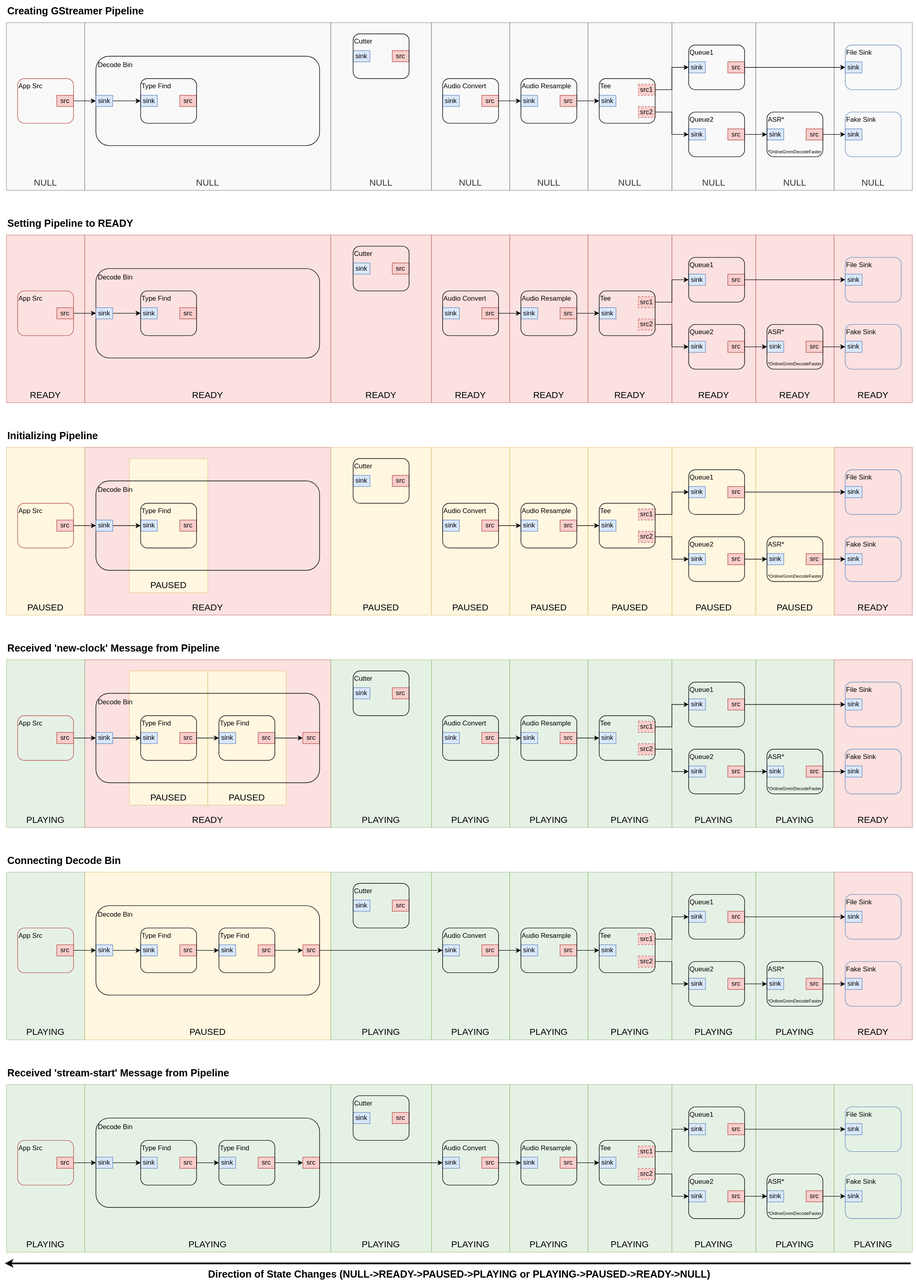
Earlier version of the draw.io export drawio/decoder-gst-pipeline-states.svg (alkazap/kaldi-gstreamer-server). Source tidied: cells renumbered, new cells last; positions are measured from the earlier drawing's top-left corner, leaving out a move shared by most shapes.
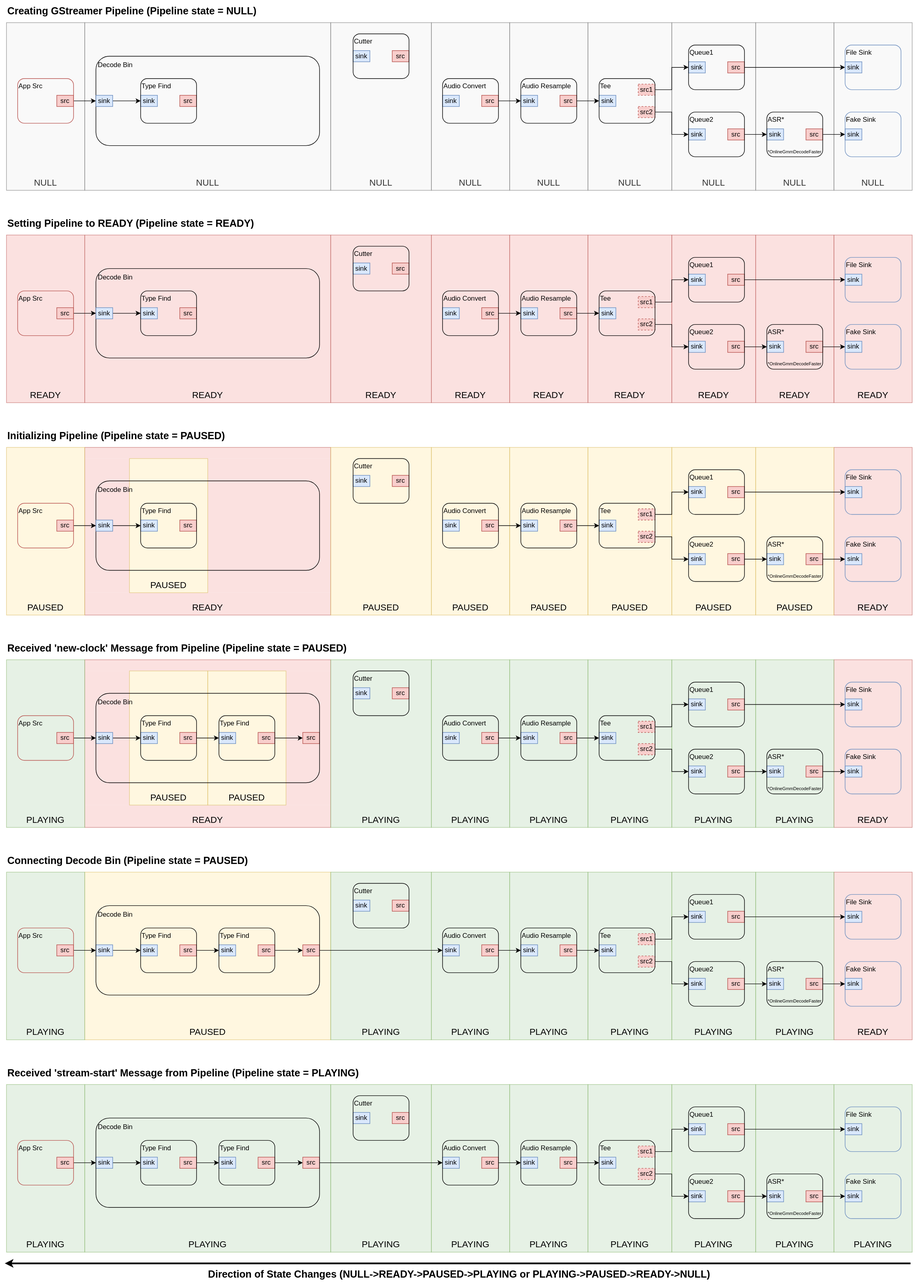
The same file after the commit.

The edit, as a diff of the source:
```diff
@@ -142,8 +142,8 @@
     <mxCell id="47" value="sink" style="rounded=0;whiteSpace=wrap;html=1;fillColor=#dae8fc;strokeColor=#6c8ebf;" parent="1" vertex="1">
       <mxGeometry x="163" y="170" width="30" height="20" as="geometry" />
     </mxCell>
-    <mxCell id="48" value="Creating GStreamer Pipeline" style="text;html=1;strokeColor=none;fillColor=none;align=left;verticalAlign=middle;whiteSpace=wrap;rounded=0;opacity=30;fontStyle=1;fontSize=18;" parent="1" vertex="1">
-      <mxGeometry x="3" width="580" height="40" as="geometry" />
+    <mxCell id="48" value="Creating GStreamer Pipeline (Pipeline state = NULL)" style="text;html=1;strokeColor=none;fillColor=none;align=left;verticalAlign=middle;whiteSpace=wrap;rounded=0;opacity=30;fontStyle=1;fontSize=18;" parent="1" vertex="1">
+      <mxGeometry x="3" width="1620" height="40" as="geometry" />
     </mxCell>
     <mxCell id="49" value="*OnlineGmmDecodeFaster" style="text;html=1;fontSize=8;" parent="1" vertex="1">
       <mxGeometry x="1363" y="260" width="100" height="20" as="geometry" />
@@ -303,8 +303,8 @@
     <mxCell id="100" value="sink" style="rounded=0;whiteSpace=wrap;html=1;fillColor=#dae8fc;strokeColor=#6c8ebf;" parent="1" vertex="1">
       <mxGeometry x="163" y="550" width="30" height="20" as="geometry" />
     </mxCell>
-    <mxCell id="101" value="Setting Pipeline to READY" style="text;html=1;strokeColor=none;fillColor=none;align=left;verticalAlign=middle;whiteSpace=wrap;rounded=0;opacity=30;fontStyle=1;fontSize=18;" parent="1" vertex="1">
-      <mxGeometry x="3" y="380" width="580" height="40" as="geometry" />
+    <mxCell id="101" value="Setting Pipeline to READY (Pipeline state = READY)" style="text;html=1;strokeColor=none;fillColor=none;align=left;verticalAlign=middle;whiteSpace=wrap;rounded=0;opacity=30;fontStyle=1;fontSize=18;" parent="1" vertex="1">
+      <mxGeometry x="3" y="380" width="1620" height="40" as="geometry" />
     </mxCell>
     <mxCell id="102" value="*OnlineGmmDecodeFaster" style="text;html=1;fontSize=8;" parent="1" vertex="1">
       <mxGeometry x="1363" y="640" width="100" height="20" as="geometry" />
@@ -461,8 +461,8 @@
     <mxCell id="152" value="sink" style="rounded=0;whiteSpace=wrap;html=1;fillColor=#dae8fc;strokeColor=#6c8ebf;" parent="1" vertex="1">
       <mxGeometry x="163" y="930" width="30" height="20" as="geometry" />
     </mxCell>
-    <mxCell id="153" value="Initializing Pipeline" style="text;html=1;strokeColor=none;fillColor=none;align=left;verticalAlign=middle;whiteSpace=wrap;rounded=0;opacity=30;fontStyle=1;fontSize=18;" parent="1" vertex="1">
-      <mxGeometry x="3" y="760" width="580" height="40" as="geometry" />
+    <mxCell id="153" value="Initializing Pipeline (Pipeline state = PAUSED)" style="text;html=1;strokeColor=none;fillColor=none;align=left;verticalAlign=middle;whiteSpace=wrap;rounded=0;opacity=30;fontStyle=1;fontSize=18;" parent="1" vertex="1">
+      <mxGeometry x="3" y="760" width="1620" height="40" as="geometry" />
     </mxCell>
     <mxCell id="154" value="*OnlineGmmDecodeFaster" style="text;html=1;fontSize=8;" parent="1" vertex="1">
       <mxGeometry x="1363" y="1020" width="100" height="20" as="geometry" />
@@ -619,8 +619,8 @@
     <mxCell id="204" value="sink" style="rounded=0;whiteSpace=wrap;html=1;fillColor=#dae8fc;strokeColor=#6c8ebf;" parent="1" vertex="1">
       <mxGeometry x="163" y="1310" width="30" height="20" as="geometry" />
     </mxCell>
-    <mxCell id="205" value="Received 'new-clock' Message from Pipeline" style="text;html=1;strokeColor=none;fillColor=none;align=left;verticalAlign=middle;whiteSpace=wrap;rounded=0;opacity=30;fontStyle=1;fontSize=18;" parent="1" vertex="1">
-      <mxGeometry x="3" y="1140" width="580" height="40" as="geometry" />
+    <mxCell id="205" value="Received 'new-clock' Message from Pipeline (Pipeline state = PAUSED)" style="text;html=1;strokeColor=none;fillColor=none;align=left;verticalAlign=middle;whiteSpace=wrap;rounded=0;opacity=30;fontStyle=1;fontSize=18;" parent="1" vertex="1">
+      <mxGeometry x="3" y="1140" width="1620" height="40" as="geometry" />
     </mxCell>
     <mxCell id="206" value="*OnlineGmmDecodeFaster" style="text;html=1;fontSize=8;" parent="1" vertex="1">
       <mxGeometry x="1363" y="1400" width="100" height="20" as="geometry" />
@@ -693,11 +693,11 @@
     <mxCell id="228" value="&lt;span style=&quot;white-space: normal&quot;&gt;Cutter&lt;/span&gt;" style="rounded=1;whiteSpace=wrap;html=1;align=left;verticalAlign=top;fillColor=none;" parent="1" vertex="1">
       <mxGeometry x="623" y="1200" width="100" height="80" as="geometry" />
     </mxCell>
-    <mxCell id="229" value="Connecting Decode Bin" style="text;html=1;strokeColor=none;fillColor=none;align=left;verticalAlign=middle;whiteSpace=wrap;rounded=0;opacity=30;fontStyle=1;fontSize=18;" parent="1" vertex="1">
-      <mxGeometry x="3" y="1520" width="580" height="40" as="geometry" />
+    <mxCell id="229" value="Connecting Decode Bin (Pipeline state = PAUSED)" style="text;html=1;strokeColor=none;fillColor=none;align=left;verticalAlign=middle;whiteSpace=wrap;rounded=0;opacity=30;fontStyle=1;fontSize=18;" parent="1" vertex="1">
+      <mxGeometry x="3" y="1520" width="1620" height="40" as="geometry" />
     </mxCell>
-    <mxCell id="230" value="Received 'stream-start' Message from Pipeline" style="text;html=1;strokeColor=none;fillColor=none;align=left;verticalAlign=middle;whiteSpace=wrap;rounded=0;opacity=30;fontStyle=1;fontSize=18;" parent="1" vertex="1">
-      <mxGeometry x="3" y="1900" width="580" height="40" as="geometry" />
+    <mxCell id="230" value="Received 'stream-start' Message from Pipeline (Pipeline state = PLAYING)" style="text;html=1;strokeColor=none;fillColor=none;align=left;verticalAlign=middle;whiteSpace=wrap;rounded=0;opacity=30;fontStyle=1;fontSize=18;" parent="1" vertex="1">
+      <mxGeometry x="3" y="1900" width="1620" height="40" as="geometry" />
     </mxCell>
     <mxCell id="231" value="src" style="rounded=0;whiteSpace=wrap;html=1;fillColor=#f8cecc;strokeColor=#b85450;" parent="1" vertex="1">
       <mxGeometry x="453" y="1310" width="30" height="20" as="geometry" />
```
